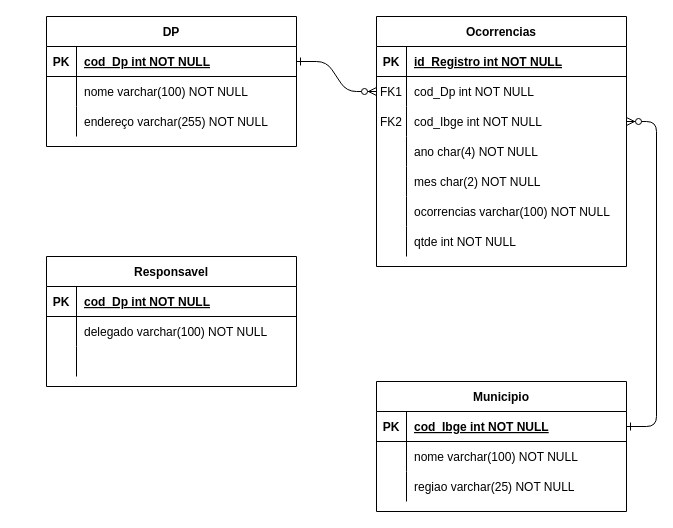
LorenzoGG/aulateste keeps this draw.io diagram as exerc2der.drawio. Above is the earlier version. Source tidied: cells renumbered, new cells numbered last; positions are measured from the earlier drawing's top-left corner, leaving out a move shared by most shapes. Both pictures are drawn from the tidied source at 100%, with x=0, y=0 at pixel (46, 16).
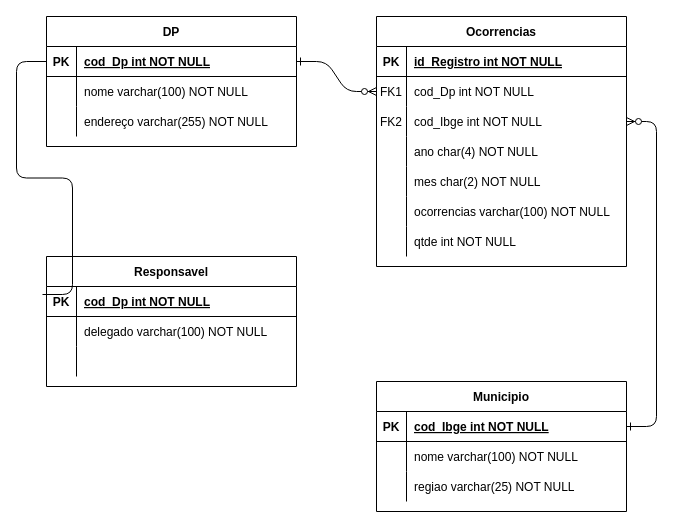
Above is the later version.

The change refers to these unchanged cells:
```xml
<mxCell id="37" style="shape=partialRectangle;fillColor=none;points=[[0,0.5],[1,0.5]];portConstraint=eastwest;top=0;left=0;right=0;bottom=1;" parent="36" vertex="1">
  <mxGeometry y="30" width="250" height="30" as="geometry" />
</mxCell>
<mxCell id="47" style="shape=partialRectangle;fillColor=none;points=[[0,0.5],[1,0.5]];portConstraint=eastwest;top=0;left=0;right=0;bottom=1;" parent="46" vertex="1">
  <mxGeometry y="30" width="250" height="30" as="geometry" />
</mxCell>
```

Diff of the diagram source:
```diff
@@
+    <mxCell id="56" style="edgeStyle=entityRelationEdgeStyle;endArrow=none;startArrow=ERone;endFill=0;startFill=0;entryX=0;entryY=0.5;entryDx=0;entryDy=0;exitX=-0.016;exitY=0.267;exitDx=0;exitDy=0;exitPerimeter=0;" parent="1" edge="1" source="47" target="37">
+      <mxGeometry relative="1" as="geometry">
+        <Array as="points">
+          <mxPoint x="50" y="85" />
+        </Array>
+      </mxGeometry>
+    </mxCell>
```
